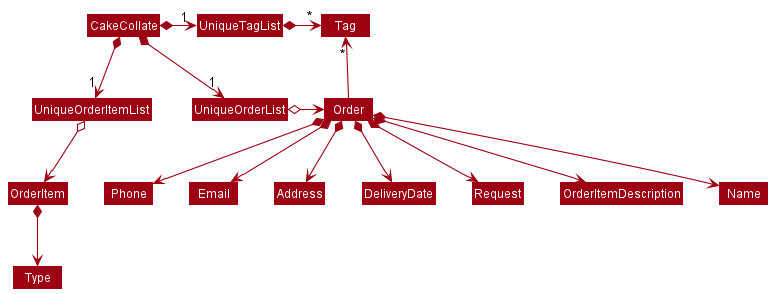
Earlier version of the PlantUML export docs/images/BetterModelClassDiagram.png (nus-cs2103-AY2021S2/tp).
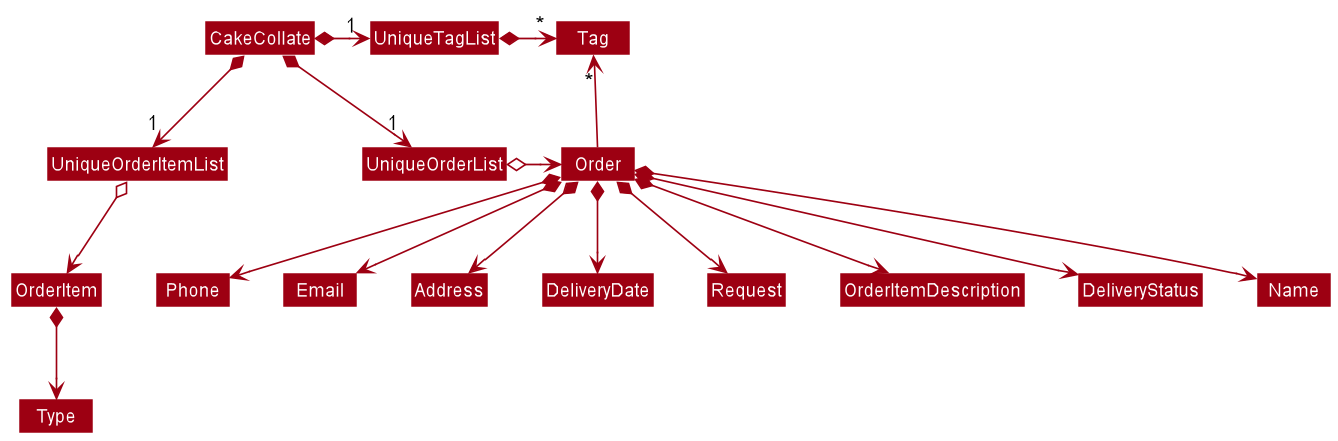
After the commit.

Change to the diagram source:
```diff
@@ -25,6 +25,7 @@
 Order *--> DeliveryDate
 Order *--> Request
 Order *--> OrderItemDescription
+Order *--> DeliveryStatus
 
 
 @enduml
```
